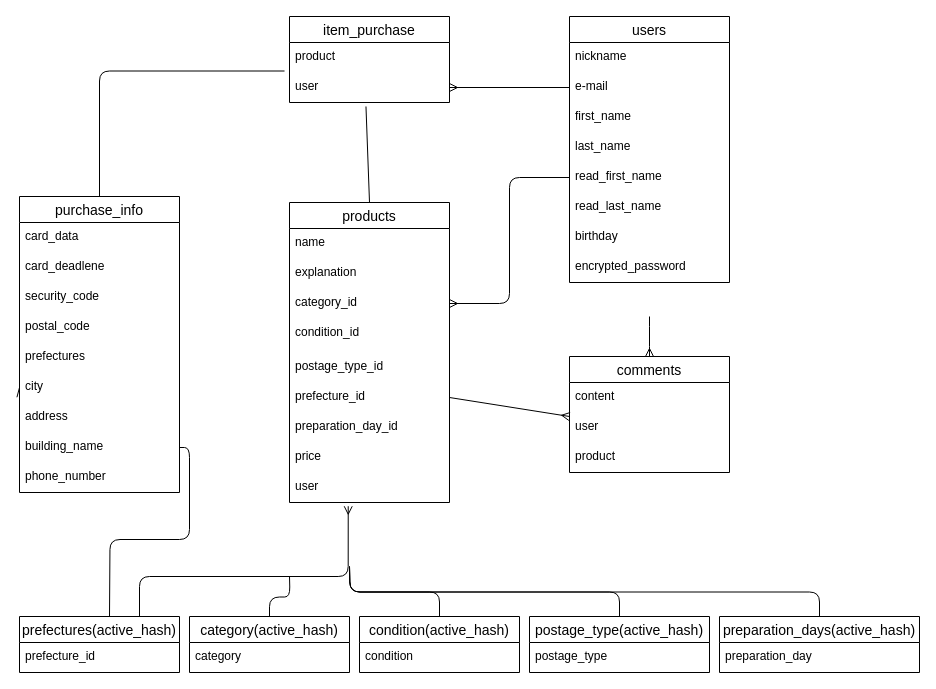
The draw.io diagram er.dio in oomotoo/furima-39019, before the edit. Source tidied: cells renumbered, new cells numbered last; positions are measured from the earlier drawing's top-left corner, leaving out a move shared by most shapes. Both pictures are drawn from the tidied source at 100%, with x=0, y=0 at pixel (19, 16).
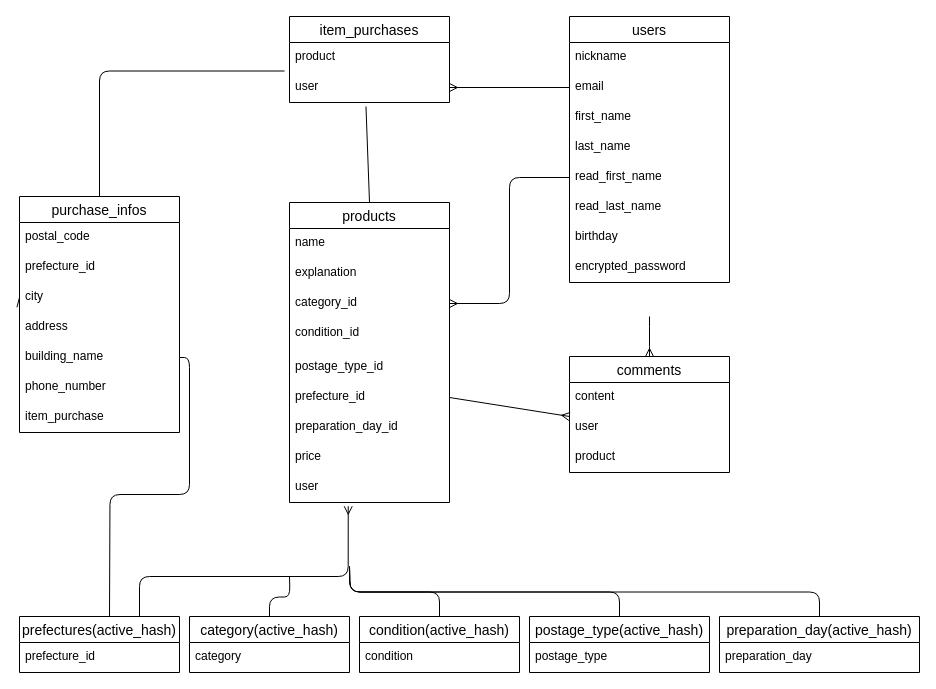
Above is the later version.

Unchanged cells that the change refers to:
```xml
<mxCell id="5" value="users" style="swimlane;fontStyle=0;horizontal=1;startSize=26;align=center;fontSize=14;" parent="1" vertex="1">
  <mxGeometry x="550" width="160" height="266" as="geometry" />
</mxCell>
```

Diff of the diagram source:
```diff
@@
-    <mxCell id="2" value="item_purchase" style="swimlane;fontStyle=0;horizontal=1;startSize=26;align=center;fontSize=14;" parent="1" vertex="1">
+    <mxCell id="2" value="item_purchases" style="swimlane;fontStyle=0;horizontal=1;startSize=26;align=center;fontSize=14;" parent="1" vertex="1">
       <mxGeometry x="270" width="160" height="86" as="geometry" />
     </mxCell>
@@
-    <mxCell id="7" value="e-mail" style="text;strokeColor=none;fillColor=none;spacingLeft=4;spacingRight=4;overflow=hidden;points=[[0,0.5],[1,0.5]];portConstraint=eastwest;fontSize=12;" parent="5" vertex="1">
+    <mxCell id="7" value="email" style="text;strokeColor=none;fillColor=none;spacingLeft=4;spacingRight=4;overflow=hidden;points=[[0,0.5],[1,0.5]];portConstraint=eastwest;fontSize=12;" parent="5" vertex="1">
       <mxGeometry y="56" width="160" height="30" as="geometry" />
     </mxCell>
@@
-    <mxCell id="31" value="purchase_info" style="swimlane;fontStyle=0;horizontal=1;startSize=26;align=center;fontSize=14;" parent="1" vertex="1">
-      <mxGeometry y="180" width="160" height="296" as="geometry" />
+    <mxCell id="31" value="purchase_infos" style="swimlane;fontStyle=0;horizontal=1;startSize=26;align=center;fontSize=14;" parent="1" vertex="1">
+      <mxGeometry y="180" width="160" height="236" as="geometry" />
     </mxCell>
-    <mxCell id="32" value="card_data" style="text;strokeColor=none;fillColor=none;spacingLeft=4;spacingRight=4;overflow=hidden;fontSize=12;" parent="31" vertex="1">
-      <mxGeometry y="26" width="160" height="30" as="geometry" />
-    </mxCell>
-    <mxCell id="33" value="card_deadlene" style="text;strokeColor=none;fillColor=none;spacingLeft=4;spacingRight=4;overflow=hidden;fontSize=12;" parent="31" vertex="1">
-      <mxGeometry y="56" width="160" height="30" as="geometry" />
-    </mxCell>
-    <mxCell id="34" value="security_code" style="text;strokeColor=none;fillColor=none;spacingLeft=4;spacingRight=4;overflow=hidden;fontSize=12;" parent="31" vertex="1">
-      <mxGeometry y="86" width="160" height="30" as="geometry" />
-    </mxCell>
     <mxCell id="35" value="postal_code" style="text;strokeColor=none;fillColor=none;spacingLeft=4;spacingRight=4;overflow=hidden;fontSize=12;" parent="31" vertex="1">
-      <mxGeometry y="116" width="160" height="30" as="geometry" />
+      <mxGeometry y="26" width="160" height="30" as="geometry" />
     </mxCell>
-    <mxCell id="36" value="prefectures" style="text;strokeColor=none;fillColor=none;spacingLeft=4;spacingRight=4;overflow=hidden;fontSize=12;" parent="31" vertex="1">
-      <mxGeometry y="146" width="160" height="30" as="geometry" />
+    <mxCell id="36" value="prefecture_id&#10;" style="text;strokeColor=none;fillColor=none;spacingLeft=4;spacingRight=4;overflow=hidden;fontSize=12;" parent="31" vertex="1">
+      <mxGeometry y="56" width="160" height="30" as="geometry" />
     </mxCell>
     <mxCell id="37" value="city" style="text;strokeColor=none;fillColor=none;spacingLeft=4;spacingRight=4;overflow=hidden;points=[[0,0.5],[1,0.5]];portConstraint=eastwest;fontSize=12;" parent="31" vertex="1">
-      <mxGeometry y="176" width="160" height="30" as="geometry" />
+      <mxGeometry y="86" width="160" height="30" as="geometry" />
     </mxCell>
     <mxCell id="38" value="address" style="text;strokeColor=none;fillColor=none;spacingLeft=4;spacingRight=4;overflow=hidden;fontSize=12;" parent="31" vertex="1">
-      <mxGeometry y="206" width="160" height="30" as="geometry" />
+      <mxGeometry y="116" width="160" height="30" as="geometry" />
     </mxCell>
     <mxCell id="39" value="building_name" style="text;strokeColor=none;fillColor=none;spacingLeft=4;spacingRight=4;overflow=hidden;points=[[0,0.5],[1,0.5]];portConstraint=eastwest;fontSize=12;" parent="31" vertex="1">
-      <mxGeometry y="236" width="160" height="30" as="geometry" />
+      <mxGeometry y="146" width="160" height="30" as="geometry" />
     </mxCell>
     <mxCell id="40" value="phone_number" style="text;strokeColor=none;fillColor=none;spacingLeft=4;spacingRight=4;overflow=hidden;fontSize=12;" parent="31" vertex="1">
-      <mxGeometry y="266" width="160" height="30" as="geometry" />
+      <mxGeometry y="176" width="160" height="30" as="geometry" />
     </mxCell>
@@
+    <mxCell id="61" value="item_purchase" style="text;strokeColor=none;fillColor=none;spacingLeft=4;spacingRight=4;overflow=hidden;fontSize=12;" parent="31" vertex="1">
+      <mxGeometry y="206" width="160" height="30" as="geometry" />
+    </mxCell>
@@
-    <mxCell id="55" value="preparation_days(active_hash)" style="swimlane;fontStyle=0;horizontal=1;startSize=26;align=center;fontSize=14;" parent="1" vertex="1">
+    <mxCell id="55" value="preparation_day(active_hash)" style="swimlane;fontStyle=0;horizontal=1;startSize=26;align=center;fontSize=14;" parent="1" vertex="1">
       <mxGeometry x="700" y="600" width="200" height="56" as="geometry" />
     </mxCell>
```
